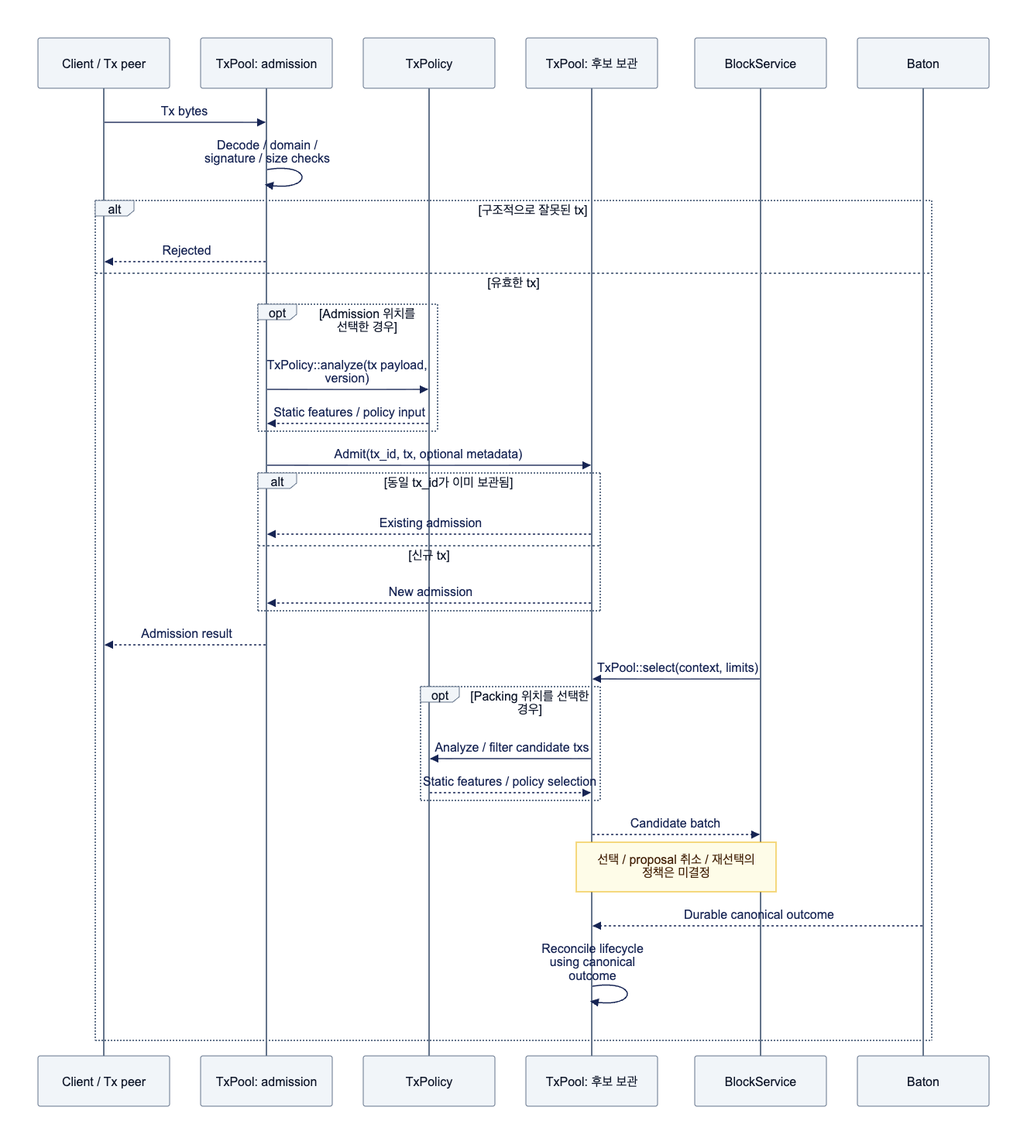
The Mermaid diagram docs/assets/diagrams/diagram-03.png in djm07073/baton-research, before a commit. Its source is kept beside it as docs/assets/diagrams/diagram-03.mmd.
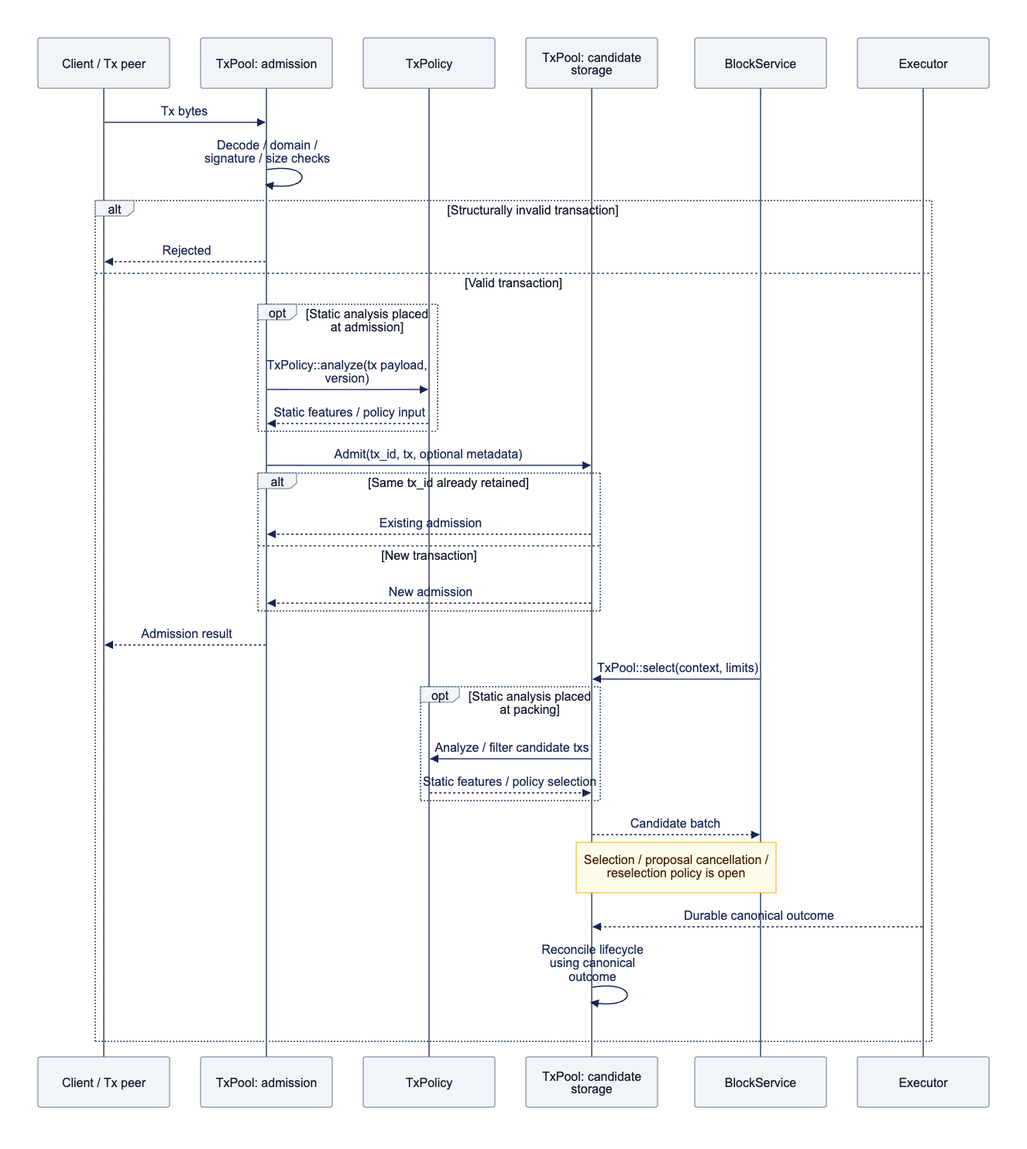
The same diagram one commit later.

What changed in the source:
```diff
@@ -2,32 +2,32 @@
     participant C as Client / Tx peer
     participant A as TxPool: admission
     participant S as TxPolicy
-    participant P as TxPool: 후보 보관
+    participant P as TxPool: candidate storage
     participant B as BlockService
-    participant O as Baton
+    participant O as Executor
     C->>A: Tx bytes
     A->>A: Decode / domain / signature / size checks
-    alt 구조적으로 잘못된 tx
+    alt Structurally invalid transaction
         A-->>C: Rejected
-    else 유효한 tx
-        opt Admission 위치를 선택한 경우
+    else Valid transaction
+        opt Static analysis placed at admission
             A->>S: TxPolicy::analyze(tx payload, version)
             S-->>A: Static features / policy input
         end
         A->>P: Admit(tx_id, tx, optional metadata)
-        alt 동일 tx_id가 이미 보관됨
+        alt Same tx_id already retained
             P-->>A: Existing admission
-        else 신규 tx
+        else New transaction
             P-->>A: New admission
         end
         A-->>C: Admission result
         B->>P: TxPool::select(context, limits)
-        opt Packing 위치를 선택한 경우
+        opt Static analysis placed at packing
             P->>S: Analyze / filter candidate txs
             S-->>P: Static features / policy selection
         end
         P-->>B: Candidate batch
-        Note over P,B: 선택 / proposal 취소 / 재선택의 정책은 미결정
+        Note over P,B: Selection / proposal cancellation / reselection policy is open
         O-->>P: Durable canonical outcome
         P->>P: Reconcile lifecycle using canonical outcome
     end
```
